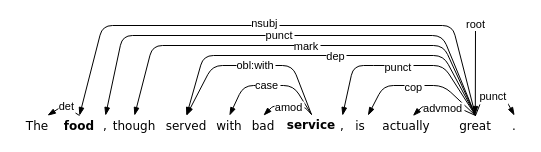
Earlier version of the draw.io diagram Untitled Diagram.drawio (zhaicao/images). Source tidied: cells renumbered, new cells numbered last; positions are measured from the earlier drawing's top-left corner, leaving out a move shared by most shapes. Both pictures are drawn from the tidied source at 100%, with x=0, y=0 at pixel (17, 25).
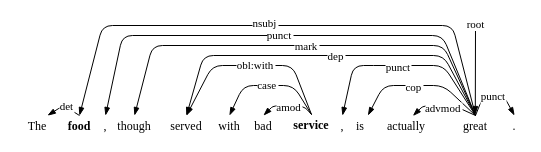
After the change.

Diff of the diagram source:
```diff
@@
-    <mxCell id="2" value="The" style="text;strokeColor=none;fillColor=none;align=center;verticalAlign=middle;overflow=hidden;fontFamily=Verdana;" parent="1" vertex="1">
+    <mxCell id="2" value="The" style="text;strokeColor=none;fillColor=none;align=center;verticalAlign=middle;overflow=hidden;fontFamily=Times New Roman;" parent="1" vertex="1">
       <mxGeometry y="90" width="40" height="20" as="geometry" />
     </mxCell>
-    <mxCell id="3" value="food" style="text;strokeColor=none;fillColor=none;align=center;verticalAlign=middle;overflow=hidden;fontFamily=Verdana;fontStyle=1;" parent="1" vertex="1">
+    <mxCell id="3" value="food" style="text;strokeColor=none;fillColor=none;align=center;verticalAlign=middle;overflow=hidden;fontFamily=Times New Roman;fontStyle=1;" parent="1" vertex="1">
       <mxGeometry x="37" y="90" width="50" height="20" as="geometry" />
     </mxCell>
-    <mxCell id="4" value="though" style="text;strokeColor=none;fillColor=none;align=center;verticalAlign=middle;overflow=hidden;fontFamily=Verdana;" parent="1" vertex="1">
+    <mxCell id="4" value="though" style="text;strokeColor=none;fillColor=none;align=center;verticalAlign=middle;overflow=hidden;fontFamily=Times New Roman;" parent="1" vertex="1">
       <mxGeometry x="92" y="90" width="50" height="20" as="geometry" />
     </mxCell>
-    <mxCell id="5" value="served" style="text;strokeColor=none;fillColor=none;align=center;verticalAlign=middle;overflow=hidden;fontFamily=Verdana;" parent="1" vertex="1">
+    <mxCell id="5" value="served" style="text;strokeColor=none;fillColor=none;align=center;verticalAlign=middle;overflow=hidden;fontFamily=Times New Roman;" parent="1" vertex="1">
       <mxGeometry x="144" y="90" width="50" height="20" as="geometry" />
     </mxCell>
-    <mxCell id="6" value="with" style="text;strokeColor=none;fillColor=none;align=center;verticalAlign=middle;overflow=hidden;fontFamily=Verdana;" parent="1" vertex="1">
+    <mxCell id="6" value="with" style="text;strokeColor=none;fillColor=none;align=center;verticalAlign=middle;overflow=hidden;fontFamily=Times New Roman;" parent="1" vertex="1">
       <mxGeometry x="187" y="90" width="50" height="20" as="geometry" />
     </mxCell>
-    <mxCell id="7" value="bad" style="text;strokeColor=none;fillColor=none;align=center;verticalAlign=middle;overflow=hidden;fontFamily=Verdana;" parent="1" vertex="1">
+    <mxCell id="7" value="bad" style="text;strokeColor=none;fillColor=none;align=center;verticalAlign=middle;overflow=hidden;fontFamily=Times New Roman;" parent="1" vertex="1">
       <mxGeometry x="221" y="90" width="50" height="20" as="geometry" />
     </mxCell>
-    <mxCell id="8" value="service" style="text;strokeColor=none;fillColor=none;align=center;verticalAlign=middle;overflow=hidden;fontFamily=Verdana;fontStyle=1;" parent="1" vertex="1">
+    <mxCell id="8" value="service" style="text;strokeColor=none;fillColor=none;align=center;verticalAlign=middle;overflow=hidden;fontFamily=Times New Roman;fontStyle=1;" parent="1" vertex="1">
       <mxGeometry x="269" y="89" width="50" height="20" as="geometry" />
     </mxCell>
-    <mxCell id="9" value="is" style="text;strokeColor=none;fillColor=none;align=center;verticalAlign=middle;overflow=hidden;fontFamily=Verdana;" parent="1" vertex="1">
+    <mxCell id="9" value="is" style="text;strokeColor=none;fillColor=none;align=center;verticalAlign=middle;overflow=hidden;fontFamily=Times New Roman;" parent="1" vertex="1">
       <mxGeometry x="328" y="90" width="30" height="20" as="geometry" />
     </mxCell>
-    <mxCell id="10" value="actually" style="text;strokeColor=none;fillColor=none;align=center;verticalAlign=middle;overflow=hidden;fontFamily=Verdana;" parent="1" vertex="1">
+    <mxCell id="10" value="actually" style="text;strokeColor=none;fillColor=none;align=center;verticalAlign=middle;overflow=hidden;fontFamily=Times New Roman;" parent="1" vertex="1">
       <mxGeometry x="364" y="90" width="50" height="20" as="geometry" />
     </mxCell>
-    <mxCell id="11" value="great" style="text;strokeColor=none;fillColor=none;align=center;verticalAlign=middle;overflow=hidden;fontFamily=Verdana;" parent="1" vertex="1">
+    <mxCell id="11" value="great" style="text;strokeColor=none;fillColor=none;align=center;verticalAlign=middle;overflow=hidden;fontFamily=Times New Roman;" parent="1" vertex="1">
       <mxGeometry x="433" y="90" width="50" height="20" as="geometry" />
     </mxCell>
-    <mxCell id="12" value="," style="text;strokeColor=none;fillColor=none;align=center;verticalAlign=middle;overflow=hidden;fontFamily=Verdana;" parent="1" vertex="1">
+    <mxCell id="12" value="," style="text;strokeColor=none;fillColor=none;align=center;verticalAlign=middle;overflow=hidden;fontFamily=Times New Roman;" parent="1" vertex="1">
       <mxGeometry x="315" y="90" width="20" height="20" as="geometry" />
     </mxCell>
-    <mxCell id="13" value="," style="text;strokeColor=none;fillColor=none;align=center;verticalAlign=middle;overflow=hidden;fontFamily=Verdana;" parent="1" vertex="1">
+    <mxCell id="13" value="," style="text;strokeColor=none;fillColor=none;align=center;verticalAlign=middle;overflow=hidden;fontFamily=Times New Roman;" parent="1" vertex="1">
       <mxGeometry x="78" y="90" width="20" height="20" as="geometry" />
     </mxCell>
-    <mxCell id="14" value="." style="text;strokeColor=none;fillColor=none;align=center;verticalAlign=middle;overflow=hidden;fontFamily=Verdana;" parent="1" vertex="1">
+    <mxCell id="14" value="." style="text;strokeColor=none;fillColor=none;align=center;verticalAlign=middle;overflow=hidden;fontFamily=Times New Roman;" parent="1" vertex="1">
       <mxGeometry x="487" y="90" width="20" height="20" as="geometry" />
     </mxCell>
-    <mxCell id="15" style="endArrow=blockThin;entryX=0.75;entryY=0;entryDx=0;entryDy=0;rounded=1;exitX=0.5;exitY=0;exitDx=0;exitDy=0;endFill=1;" parent="1" edge="1" source="3" target="2">
+    <mxCell id="15" style="endArrow=blockThin;entryX=0.75;entryY=0;entryDx=0;entryDy=0;rounded=1;exitX=0.5;exitY=0;exitDx=0;exitDy=0;endFill=1;fontFamily=Times New Roman;" parent="1" edge="1" source="3" target="2">
       <mxGeometry relative="1" as="geometry">
         <Array as="points">
           <mxPoint x="46" y="80" />
         </Array>
       </mxGeometry>
     </mxCell>
-    <mxCell id="16" value="det" style="edgeLabel;align=center;verticalAlign=middle;" parent="15" vertex="1">
+    <mxCell id="16" value="det" style="edgeLabel;align=center;verticalAlign=middle;fontFamily=Times New Roman;" parent="15" vertex="1">
       <mxGeometry relative="1" as="geometry">
         <mxPoint x="3" as="offset" />
       </mxGeometry>
     </mxCell>
-    <mxCell id="17" style="endArrow=blockThin;entryX=0.5;entryY=0;entryDx=0;entryDy=0;rounded=1;exitX=0.5;exitY=0;exitDx=0;exitDy=0;endFill=1;" parent="1" edge="1" source="11" target="3">
+    <mxCell id="17" style="endArrow=blockThin;entryX=0.5;entryY=0;entryDx=0;entryDy=0;rounded=1;exitX=0.5;exitY=0;exitDx=0;exitDy=0;endFill=1;fontFamily=Times New Roman;" parent="1" edge="1" source="11" target="3">
       <mxGeometry relative="1" as="geometry">
         <Array as="points">
           <mxPoint x="435" />
           <mxPoint x="246" />
           <mxPoint x="85" />
         </Array>
       </mxGeometry>
     </mxCell>
-    <mxCell id="18" value="nsubj" style="edgeLabel;align=center;verticalAlign=middle;" parent="17" vertex="1">
+    <mxCell id="18" value="nsubj" style="edgeLabel;align=center;verticalAlign=middle;fontFamily=Times New Roman;" parent="17" vertex="1">
       <mxGeometry relative="1" as="geometry">
         <mxPoint x="-13" y="-3" as="offset" />
       </mxGeometry>
     </mxCell>
-    <mxCell id="19" style="endArrow=blockThin;rounded=1;exitX=0.5;exitY=0;exitDx=0;exitDy=0;entryX=0.5;entryY=0;entryDx=0;entryDy=0;endFill=1;" parent="1" edge="1" source="11" target="13">
+    <mxCell id="19" style="endArrow=blockThin;rounded=1;exitX=0.5;exitY=0;exitDx=0;exitDy=0;entryX=0.5;entryY=0;entryDx=0;entryDy=0;endFill=1;fontFamily=Times New Roman;" parent="1" edge="1" source="11" target="13">
       <mxGeometry relative="1" as="geometry">
         <Array as="points">
           <mxPoint x="425" y="10" />
           <mxPoint x="105" y="10" />
         </Array>
       </mxGeometry>
     </mxCell>
-    <mxCell id="20" value="punct" style="edgeLabel;align=center;verticalAlign=middle;" parent="19" vertex="1">
+    <mxCell id="20" value="punct" style="edgeLabel;align=center;verticalAlign=middle;fontFamily=Times New Roman;" parent="19" vertex="1">
       <mxGeometry relative="1" as="geometry">
         <mxPoint x="-6" y="-1" as="offset" />
       </mxGeometry>
     </mxCell>
-    <mxCell id="21" style="endArrow=blockThin;rounded=1;exitX=0.5;exitY=0;exitDx=0;exitDy=0;entryX=0.5;entryY=0;entryDx=0;entryDy=0;endFill=1;" parent="1" edge="1" source="11" target="4">
+    <mxCell id="21" style="endArrow=blockThin;rounded=1;exitX=0.5;exitY=0;exitDx=0;exitDy=0;entryX=0.5;entryY=0;entryDx=0;entryDy=0;endFill=1;fontFamily=Times New Roman;" parent="1" edge="1" source="11" target="4">
       <mxGeometry relative="1" as="geometry">
         <Array as="points">
           <mxPoint x="426" y="20" />
           <mxPoint x="135" y="20" />
         </Array>
       </mxGeometry>
     </mxCell>
-    <mxCell id="22" style="endArrow=blockThin;rounded=1;exitX=0.5;exitY=0;exitDx=0;exitDy=0;entryX=0.5;entryY=0;entryDx=0;entryDy=0;endFill=1;" parent="1" edge="1" source="11" target="5">
+    <mxCell id="22" style="endArrow=blockThin;rounded=1;exitX=0.5;exitY=0;exitDx=0;exitDy=0;entryX=0.5;entryY=0;entryDx=0;entryDy=0;endFill=1;fontFamily=Times New Roman;" parent="1" edge="1" source="11" target="5">
       <mxGeometry relative="1" as="geometry">
         <Array as="points">
           <mxPoint x="426" y="30" />
           <mxPoint x="186" y="30" />
         </Array>
       </mxGeometry>
     </mxCell>
-    <mxCell id="23" value="dep" style="edgeLabel;align=center;verticalAlign=middle;" parent="22" vertex="1">
+    <mxCell id="23" value="dep" style="edgeLabel;align=center;verticalAlign=middle;fontFamily=Times New Roman;" parent="22" vertex="1">
       <mxGeometry relative="1" as="geometry">
         <mxPoint x="9" as="offset" />
       </mxGeometry>
     </mxCell>
-    <mxCell id="24" style="endArrow=blockThin;rounded=1;exitX=0.5;exitY=0;exitDx=0;exitDy=0;entryX=0.5;entryY=0;entryDx=0;entryDy=0;endFill=1;" parent="1" edge="1" source="8" target="5">
+    <mxCell id="24" style="endArrow=blockThin;rounded=1;exitX=0.5;exitY=0;exitDx=0;exitDy=0;entryX=0.5;entryY=0;entryDx=0;entryDy=0;endFill=1;fontFamily=Times New Roman;" parent="1" edge="1" source="8" target="5">
       <mxGeometry relative="1" as="geometry">
         <Array as="points">
           <mxPoint x="275" y="40" />
           <mxPoint x="246" y="40" />
           <mxPoint x="195" y="40" />
         </Array>
       </mxGeometry>
     </mxCell>
-    <mxCell id="25" value="obl:with" style="edgeLabel;align=center;verticalAlign=middle;" parent="24" vertex="1">
+    <mxCell id="25" value="obl:with" style="edgeLabel;align=center;verticalAlign=middle;fontFamily=Times New Roman;" parent="24" vertex="1">
       <mxGeometry relative="1" as="geometry">
         <mxPoint x="4" y="-1" as="offset" />
       </mxGeometry>
     </mxCell>
-    <mxCell id="26" style="endArrow=blockThin;rounded=1;exitX=0.5;exitY=0;exitDx=0;exitDy=0;entryX=0.5;entryY=0;entryDx=0;entryDy=0;endFill=1;" parent="1" edge="1" source="8" target="6">
+    <mxCell id="26" style="endArrow=blockThin;rounded=1;exitX=0.5;exitY=0;exitDx=0;exitDy=0;entryX=0.5;entryY=0;entryDx=0;entryDy=0;endFill=1;fontFamily=Times New Roman;" parent="1" edge="1" source="8" target="6">
       <mxGeometry relative="1" as="geometry">
         <Array as="points">
           <mxPoint x="276" y="60" />
           <mxPoint x="226" y="60" />
         </Array>
       </mxGeometry>
     </mxCell>
-    <mxCell id="27" value="case" style="edgeLabel;align=center;verticalAlign=middle;" parent="26" vertex="1">
+    <mxCell id="27" value="case" style="edgeLabel;align=center;verticalAlign=middle;fontFamily=Times New Roman;" parent="26" vertex="1">
       <mxGeometry relative="1" as="geometry">
         <mxPoint x="-2" y="-1" as="offset" />
       </mxGeometry>
     </mxCell>
-    <mxCell id="28" style="endArrow=blockThin;rounded=1;exitX=0.5;exitY=0;exitDx=0;exitDy=0;entryX=0.5;entryY=0;entryDx=0;entryDy=0;endFill=1;" parent="1" edge="1" source="8" target="7">
+    <mxCell id="28" style="endArrow=blockThin;rounded=1;exitX=0.5;exitY=0;exitDx=0;exitDy=0;entryX=0.5;entryY=0;entryDx=0;entryDy=0;endFill=1;fontFamily=Times New Roman;" parent="1" edge="1" source="8" target="7">
       <mxGeometry relative="1" as="geometry">
         <Array as="points">
           <mxPoint x="286" y="80" />
           <mxPoint x="256" y="80" />
         </Array>
       </mxGeometry>
     </mxCell>
-    <mxCell id="29" value="amod" style="edgeLabel;align=center;verticalAlign=middle;" parent="28" vertex="1">
+    <mxCell id="29" value="amod" style="edgeLabel;align=center;verticalAlign=middle;fontFamily=Times New Roman;" parent="28" vertex="1">
       <mxGeometry relative="1" as="geometry">
         <mxPoint x="1" y="1" as="offset" />
       </mxGeometry>
     </mxCell>
-    <mxCell id="30" style="endArrow=blockThin;rounded=1;exitX=0.5;exitY=0;exitDx=0;exitDy=0;entryX=0.5;entryY=0;entryDx=0;entryDy=0;endFill=1;" parent="1" edge="1" source="11" target="12">
+    <mxCell id="30" style="endArrow=blockThin;rounded=1;exitX=0.5;exitY=0;exitDx=0;exitDy=0;entryX=0.5;entryY=0;entryDx=0;entryDy=0;endFill=1;fontFamily=Times New Roman;" parent="1" edge="1" source="11" target="12">
       <mxGeometry relative="1" as="geometry">
         <Array as="points">
           <mxPoint x="426" y="40" />
           <mxPoint x="366" y="40" />
           <mxPoint x="336" y="40" />
         </Array>
       </mxGeometry>
     </mxCell>
-    <mxCell id="31" value="punct" style="edgeLabel;align=center;verticalAlign=middle;" parent="30" vertex="1">
+    <mxCell id="31" value="punct" style="edgeLabel;align=center;verticalAlign=middle;fontFamily=Times New Roman;" parent="30" vertex="1">
       <mxGeometry relative="1" as="geometry">
         <mxPoint x="-5" y="1" as="offset" />
       </mxGeometry>
     </mxCell>
-    <mxCell id="32" style="endArrow=blockThin;rounded=1;entryX=0.75;entryY=0;entryDx=0;entryDy=0;exitX=0.5;exitY=0;exitDx=0;exitDy=0;endFill=1;" parent="1" edge="1" source="11" target="9">
+    <mxCell id="32" style="endArrow=blockThin;rounded=1;entryX=0.75;entryY=0;entryDx=0;entryDy=0;exitX=0.5;exitY=0;exitDx=0;exitDy=0;endFill=1;fontFamily=Times New Roman;" parent="1" edge="1" source="11" target="9">
       <mxGeometry relative="1" as="geometry">
         <Array as="points">
           <mxPoint x="426" y="60" />
           <mxPoint x="366" y="60" />
         </Array>
       </mxGeometry>
     </mxCell>
-    <mxCell id="33" value="cop" style="edgeLabel;align=center;verticalAlign=middle;" parent="32" vertex="1">
+    <mxCell id="33" value="cop" style="edgeLabel;align=center;verticalAlign=middle;fontFamily=Times New Roman;" parent="32" vertex="1">
       <mxGeometry relative="1" as="geometry">
         <mxPoint x="-5" y="1" as="offset" />
       </mxGeometry>
     </mxCell>
-    <mxCell id="34" style="endArrow=blockThin;rounded=1;exitX=0.5;exitY=0;exitDx=0;exitDy=0;entryX=0.629;entryY=0.02;entryDx=0;entryDy=0;entryPerimeter=0;endFill=1;" parent="1" edge="1" source="11" target="10">
+    <mxCell id="34" style="endArrow=blockThin;rounded=1;exitX=0.5;exitY=0;exitDx=0;exitDy=0;entryX=0.629;entryY=0.02;entryDx=0;entryDy=0;entryPerimeter=0;endFill=1;fontFamily=Times New Roman;" parent="1" edge="1" source="11" target="10">
       <mxGeometry relative="1" as="geometry">
         <Array as="points">
           <mxPoint x="436" y="80" />
           <mxPoint x="406" y="80" />
         </Array>
       </mxGeometry>
     </mxCell>
-    <mxCell id="35" value="advmod" style="edgeLabel;align=center;verticalAlign=middle;" parent="34" vertex="1">
+    <mxCell id="35" value="advmod" style="edgeLabel;align=center;verticalAlign=middle;fontFamily=Times New Roman;" parent="34" vertex="1">
       <mxGeometry relative="1" as="geometry">
         <mxPoint x="-1" y="2" as="offset" />
       </mxGeometry>
     </mxCell>
-    <mxCell id="36" style="endArrow=blockThin;rounded=1;exitX=0.5;exitY=0;exitDx=0;exitDy=0;entryX=0.5;entryY=0;entryDx=0;entryDy=0;endFill=1;" parent="1" edge="1" source="11" target="14">
+    <mxCell id="36" style="endArrow=blockThin;rounded=1;exitX=0.5;exitY=0;exitDx=0;exitDy=0;entryX=0.5;entryY=0;entryDx=0;entryDy=0;endFill=1;fontFamily=Times New Roman;" parent="1" edge="1" source="11" target="14">
       <mxGeometry relative="1" as="geometry">
         <Array as="points">
           <mxPoint x="466" y="70" />
           <mxPoint x="486" y="70" />
         </Array>
       </mxGeometry>
     </mxCell>
-    <mxCell id="37" value="punct" style="edgeLabel;align=center;verticalAlign=middle;" parent="36" vertex="1">
+    <mxCell id="37" value="punct" style="edgeLabel;align=center;verticalAlign=middle;fontFamily=Times New Roman;" parent="36" vertex="1">
       <mxGeometry relative="1" as="geometry">
         <mxPoint x="-1" as="offset" />
       </mxGeometry>
     </mxCell>
-    <mxCell id="38" value="mark" style="edgeLabel;align=center;verticalAlign=middle;" parent="1" vertex="1">
+    <mxCell id="38" value="mark" style="edgeLabel;align=center;verticalAlign=middle;fontFamily=Times New Roman;" parent="1" vertex="1">
       <mxGeometry x="287.5" y="22" as="geometry">
         <mxPoint x="1" y="-2" as="offset" />
       </mxGeometry>
     </mxCell>
-    <mxCell id="39" style="endArrow=blockThin;html=1;rounded=0;endFill=1;" parent="1" edge="1">
+    <mxCell id="39" style="endArrow=blockThin;html=1;rounded=0;endFill=1;fontFamily=Times New Roman;" parent="1" edge="1">
       <mxGeometry relative="1" as="geometry">
         <mxPoint x="458" as="sourcePoint" />
         <mxPoint x="457.8" y="89" as="targetPoint" />
       </mxGeometry>
     </mxCell>
-    <mxCell id="40" value="root" style="edgeLabel;html=1;align=center;verticalAlign=middle;" parent="39" vertex="1">
+    <mxCell id="40" value="root" style="edgeLabel;html=1;align=center;verticalAlign=middle;fontFamily=Times New Roman;" parent="39" vertex="1">
       <mxGeometry x="-0.64" relative="1" as="geometry">
         <mxPoint y="-17" as="offset" />
       </mxGeometry>
     </mxCell>
```
